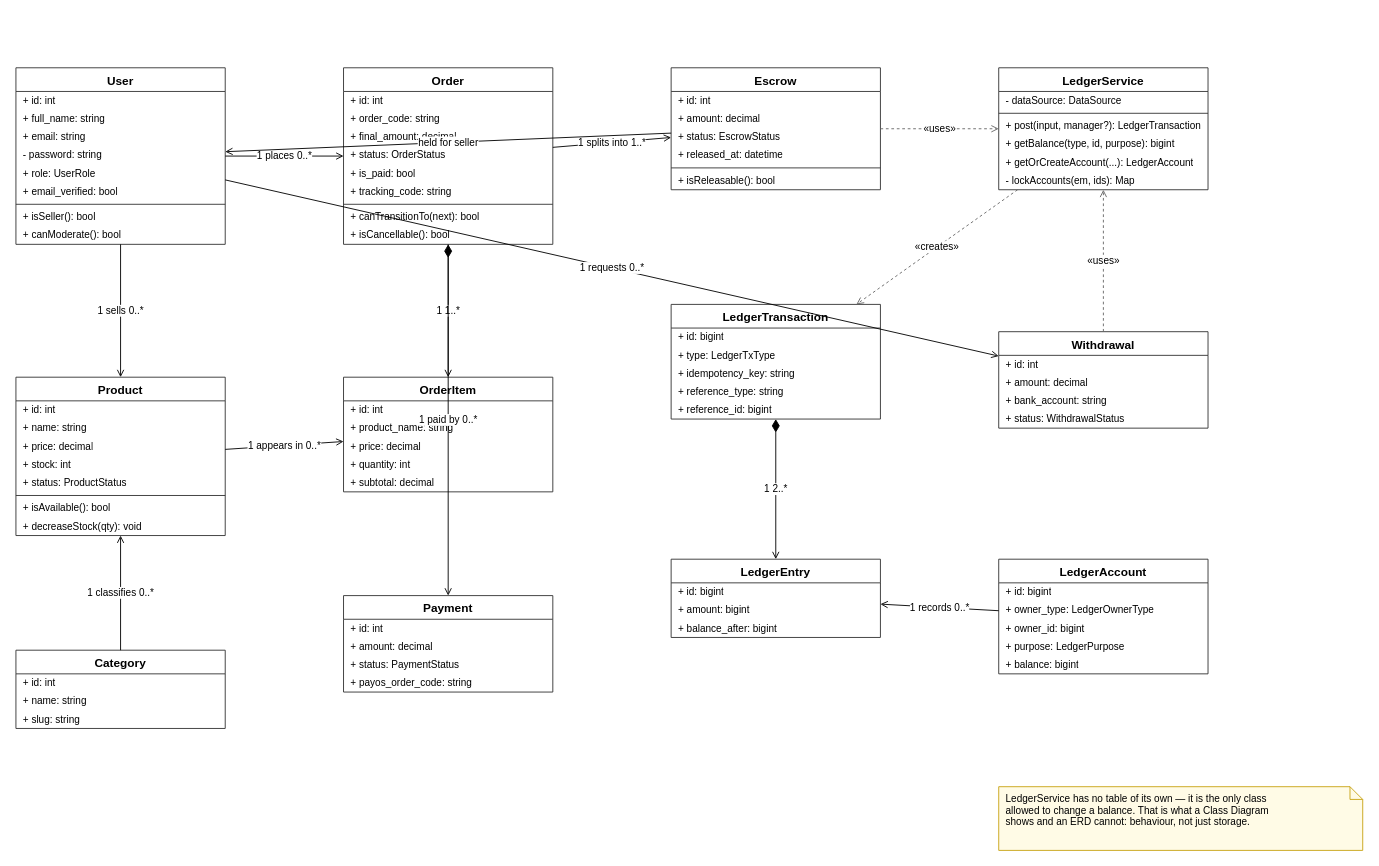
This is docs/system-design/drawio/08-class-diagram.drawio from tdat-dev/Zoldify_Backend, a draw.io file, before an edit. Source tidied: cells renumbered, new cells numbered last; positions are measured from the earlier drawing's top-left corner, leaving out a move shared by most shapes. Both pictures are drawn from the tidied source at 91%, with x=0, y=0 at pixel (15, 67).
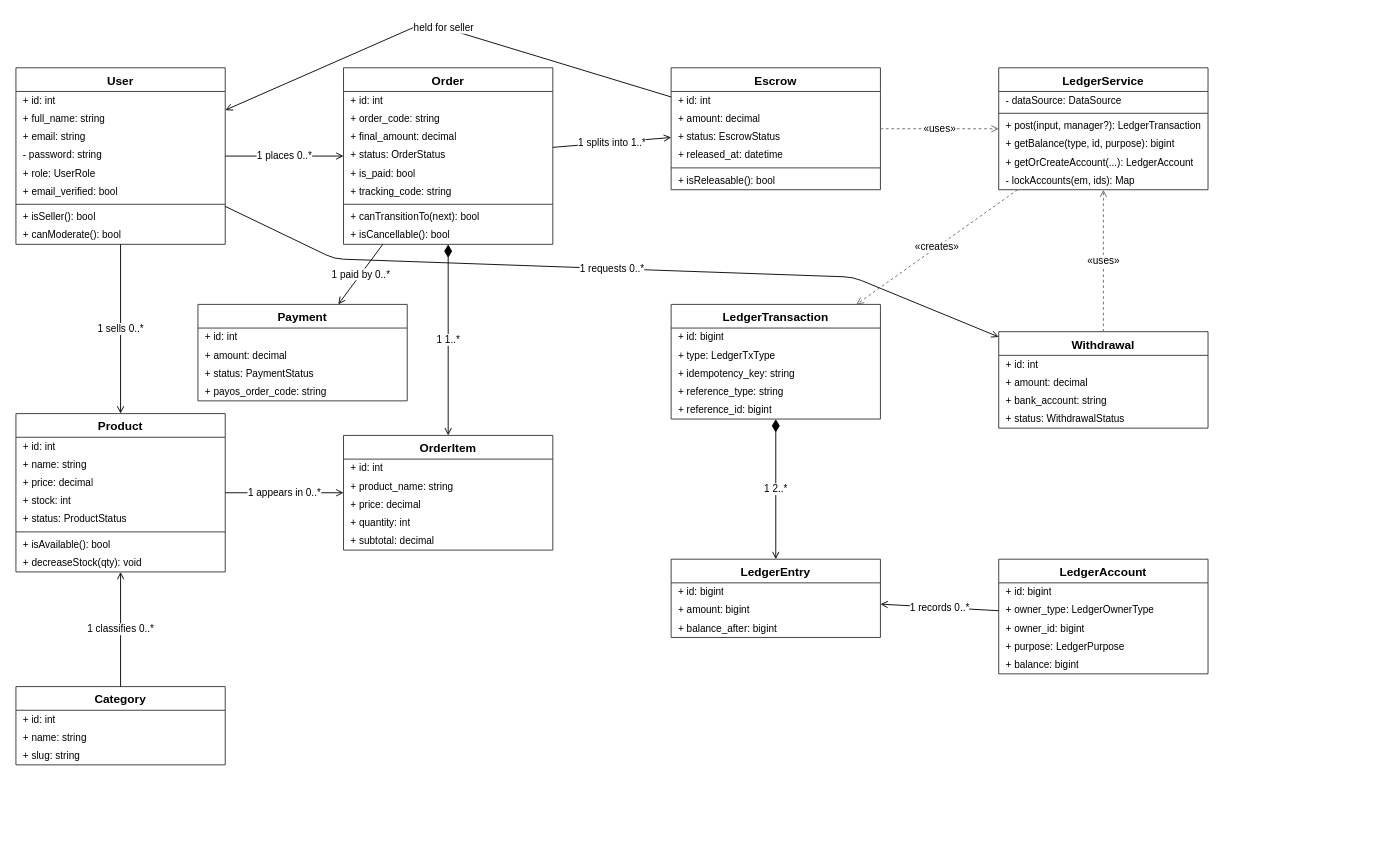
After the change.

Unchanged cells that the change refers to:
```xml
<mxCell id="2" value="User" style="swimlane;fontStyle=1;align=center;verticalAlign=top;horizontal=1;startSize=26;html=1;whiteSpace=wrap;fontSize=13;fillColor=#ffffff;strokeColor=#333333;" parent="1" vertex="1">
  <mxGeometry width="230" height="194" as="geometry" />
</mxCell>
<mxCell id="46" value="Escrow" style="swimlane;fontStyle=1;align=center;verticalAlign=top;horizontal=1;startSize=26;html=1;whiteSpace=wrap;fontSize=13;fillColor=#ffffff;strokeColor=#333333;" parent="1" vertex="1">
  <mxGeometry x="720" width="230" height="134" as="geometry" />
</mxCell>
<mxCell id="76" value="Withdrawal" style="swimlane;fontStyle=1;align=center;verticalAlign=top;horizontal=1;startSize=26;html=1;whiteSpace=wrap;fontSize=13;fillColor=#ffffff;strokeColor=#333333;" parent="1" vertex="1">
  <mxGeometry x="1080" y="290" width="230" height="106" as="geometry" />
</mxCell>
```

The edit, as a diff of the source:
```diff
@@
     <mxCell id="12" value="Product" style="swimlane;fontStyle=1;align=center;verticalAlign=top;horizontal=1;startSize=26;html=1;whiteSpace=wrap;fontSize=13;fillColor=#ffffff;strokeColor=#333333;" parent="1" vertex="1">
-      <mxGeometry y="340" width="230" height="174" as="geometry" />
+      <mxGeometry y="380" width="230" height="174" as="geometry" />
     </mxCell>
@@
     <mxCell id="21" value="Category" style="swimlane;fontStyle=1;align=center;verticalAlign=top;horizontal=1;startSize=26;html=1;whiteSpace=wrap;fontSize=13;fillColor=#ffffff;strokeColor=#333333;" parent="1" vertex="1">
-      <mxGeometry y="640" width="230" height="86" as="geometry" />
+      <mxGeometry y="680" width="230" height="86" as="geometry" />
     </mxCell>
@@
     <mxCell id="35" value="OrderItem" style="swimlane;fontStyle=1;align=center;verticalAlign=top;horizontal=1;startSize=26;html=1;whiteSpace=wrap;fontSize=13;fillColor=#ffffff;strokeColor=#333333;" parent="1" vertex="1">
-      <mxGeometry x="360" y="340" width="230" height="126" as="geometry" />
+      <mxGeometry x="360" y="404" width="230" height="126" as="geometry" />
     </mxCell>
@@
     <mxCell id="41" value="Payment" style="swimlane;fontStyle=1;align=center;verticalAlign=top;horizontal=1;startSize=26;html=1;whiteSpace=wrap;fontSize=13;fillColor=#ffffff;strokeColor=#333333;" parent="1" vertex="1">
-      <mxGeometry x="360" y="580" width="230" height="106" as="geometry" />
+      <mxGeometry x="200" y="260" width="230" height="106" as="geometry" />
     </mxCell>
@@
     <mxCell id="83" value="1  requests  0..*" style="endArrow=open;endFill=0;html=1;fontSize=11;" parent="1" edge="1" source="2" target="76">
-      <mxGeometry relative="1" as="geometry" />
+      <mxGeometry relative="1" as="geometry">
+        <Array as="points">
+          <mxPoint x="350" y="210" />
+          <mxPoint x="920" y="230" />
+        </Array>
+      </mxGeometry>
     </mxCell>
@@
     <mxCell id="89" value="held for seller" style="endArrow=open;endFill=0;html=1;fontSize=11;" parent="1" edge="1" source="46" target="2">
-      <mxGeometry relative="1" as="geometry" />
+      <mxGeometry relative="1" as="geometry">
+        <Array as="points">
+          <mxPoint x="450" y="-50" />
+        </Array>
+      </mxGeometry>
     </mxCell>
@@
-    <mxCell id="95" value="LedgerService has no table of its own — it is the only class&lt;br&gt;allowed to change a balance. That is what a Class Diagram&lt;br&gt;shows and an ERD cannot: behaviour, not just storage." style="shape=note;whiteSpace=wrap;html=1;size=14;verticalAlign=top;align=left;spacingLeft=6;fontSize=11;fillColor=#fffbe6;strokeColor=#c8a415;" parent="1" vertex="1">
-      <mxGeometry x="1080" y="790" width="400" height="70" as="geometry" />
-    </mxCell>
```
